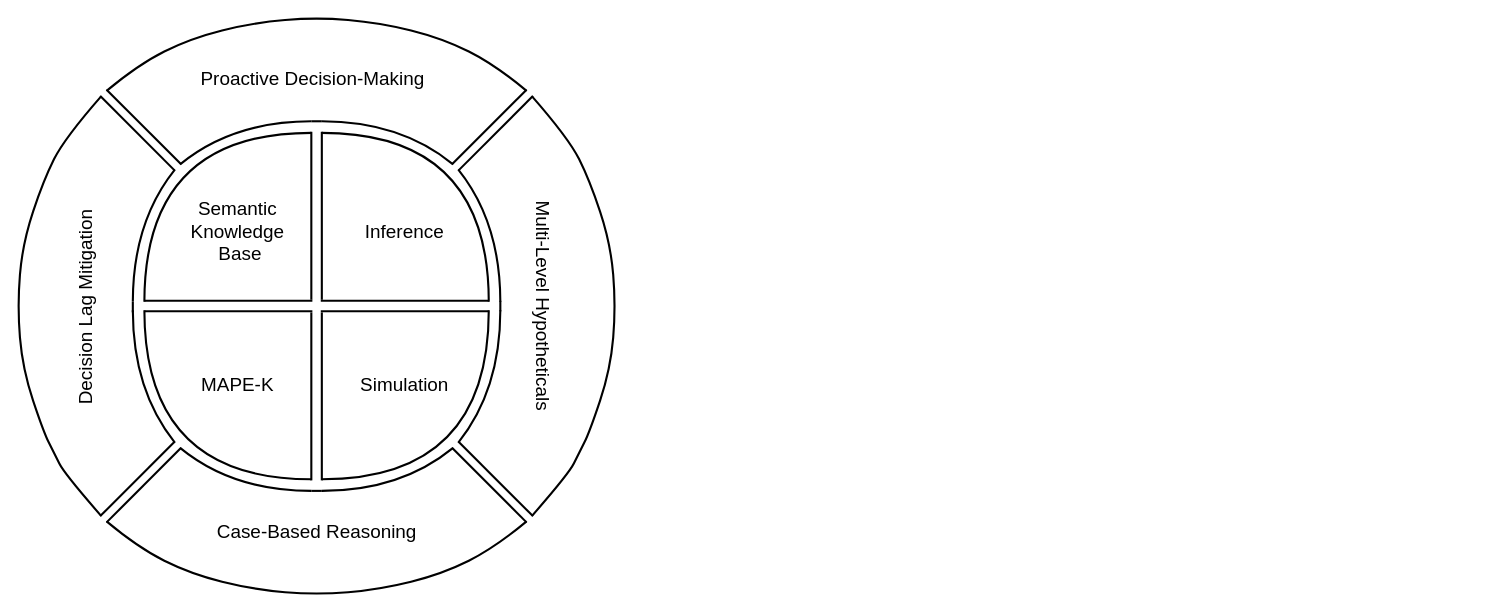
ivanspajic/ruleless-digital-twins keeps this draw.io diagram as Diagrams/contributions.drawio. Above is the earlier version. Source tidied: cells renumbered, new cells numbered last; positions are measured from the earlier drawing's top-left corner, leaving out a move shared by most shapes. Both pictures are drawn from the tidied source at 105%, with x=0, y=0 at pixel (-45, 17).
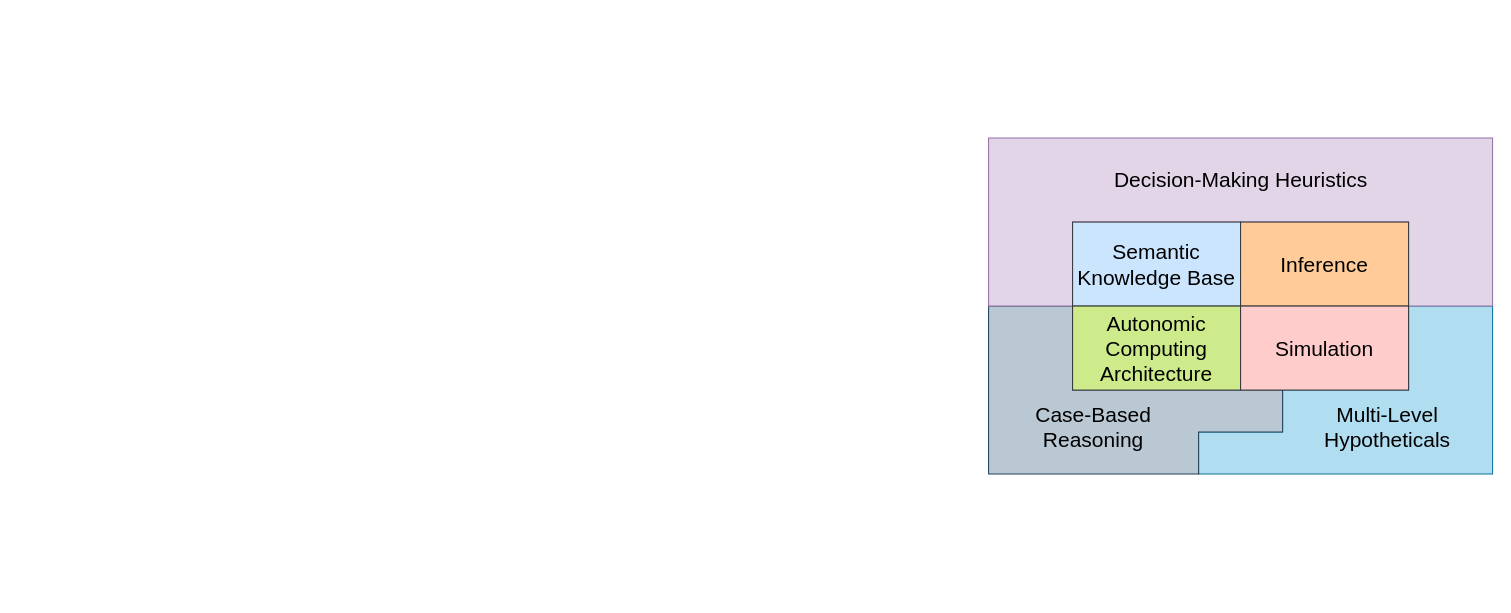
The same diagram, later.

Diff of the diagram source:
```diff
@@
-    <mxCell id="2" style="line;strokeWidth=2;html=1;labelBackgroundColor=none;" parent="1" vertex="1">
-      <mxGeometry x="348" y="265" width="160" height="10" as="geometry" />
-    </mxCell>
-    <mxCell id="3" style="line;strokeWidth=2;direction=south;html=1;labelBackgroundColor=none;" parent="1" vertex="1">
-      <mxGeometry x="344" y="109" width="10" height="160" as="geometry" />
-    </mxCell>
-    <mxCell id="4" style="endArrow=none;html=1;rounded=0;exitX=0;exitY=0.5;exitDx=0;exitDy=0;exitPerimeter=0;entryX=1;entryY=0.5;entryDx=0;entryDy=0;entryPerimeter=0;orthogonalLoop=0;curved=1;strokeWidth=2;labelBackgroundColor=none;fontColor=default;" parent="1" edge="1">
-      <mxGeometry relative="1" as="geometry">
-        <mxPoint x="349" y="110" as="sourcePoint" />
-        <mxPoint x="508" y="271" as="targetPoint" />
-        <Array as="points">
-          <mxPoint x="508" y="110" />
-        </Array>
-      </mxGeometry>
-    </mxCell>
-    <mxCell id="5" style="line;strokeWidth=2;direction=south;html=1;labelBackgroundColor=none;" parent="1" vertex="1">
-      <mxGeometry x="334" y="109" width="10" height="160" as="geometry" />
-    </mxCell>
-    <mxCell id="6" style="line;strokeWidth=2;html=1;labelBackgroundColor=none;" parent="1" vertex="1">
-      <mxGeometry x="180" y="265" width="160" height="10" as="geometry" />
-    </mxCell>
-    <mxCell id="7" style="endArrow=none;html=1;rounded=0;entryX=0;entryY=0.5;entryDx=0;entryDy=0;entryPerimeter=0;exitX=0;exitY=0.5;exitDx=0;exitDy=0;exitPerimeter=0;curved=1;strokeWidth=2;labelBackgroundColor=none;fontColor=default;" parent="1" edge="1">
-      <mxGeometry relative="1" as="geometry">
-        <mxPoint x="180" y="271" as="sourcePoint" />
-        <mxPoint x="339" y="110" as="targetPoint" />
-        <Array as="points">
-          <mxPoint x="180" y="110" />
-        </Array>
-      </mxGeometry>
-    </mxCell>
-    <mxCell id="8" style="line;strokeWidth=2;html=1;labelBackgroundColor=none;" parent="1" vertex="1">
-      <mxGeometry x="180" y="275" width="160" height="10" as="geometry" />
-    </mxCell>
-    <mxCell id="9" style="line;strokeWidth=2;html=1;labelBackgroundColor=none;" parent="1" vertex="1">
-      <mxGeometry x="348" y="275" width="160" height="10" as="geometry" />
-    </mxCell>
-    <mxCell id="10" style="line;strokeWidth=2;direction=south;html=1;labelBackgroundColor=none;" parent="1" vertex="1">
-      <mxGeometry x="334" y="281" width="10" height="160" as="geometry" />
-    </mxCell>
-    <mxCell id="11" style="line;strokeWidth=2;direction=south;html=1;labelBackgroundColor=none;" parent="1" vertex="1">
-      <mxGeometry x="344" y="281" width="10" height="160" as="geometry" />
-    </mxCell>
-    <mxCell id="12" style="endArrow=none;html=1;rounded=0;entryX=1;entryY=0.5;entryDx=0;entryDy=0;entryPerimeter=0;exitX=0;exitY=0.5;exitDx=0;exitDy=0;exitPerimeter=0;strokeWidth=2;curved=1;labelBackgroundColor=none;fontColor=default;" parent="1" edge="1">
-      <mxGeometry relative="1" as="geometry">
-        <mxPoint x="180" y="279" as="sourcePoint" />
-        <mxPoint x="339" y="440" as="targetPoint" />
-        <Array as="points">
-          <mxPoint x="180" y="440" />
-        </Array>
-      </mxGeometry>
-    </mxCell>
-    <mxCell id="13" style="endArrow=none;html=1;rounded=0;entryX=1;entryY=0.5;entryDx=0;entryDy=0;entryPerimeter=0;exitX=1;exitY=0.5;exitDx=0;exitDy=0;exitPerimeter=0;curved=1;strokeWidth=2;labelBackgroundColor=none;fontColor=default;" parent="1" edge="1">
-      <mxGeometry relative="1" as="geometry">
-        <mxPoint x="349" y="440" as="sourcePoint" />
-        <mxPoint x="508" y="279" as="targetPoint" />
-        <Array as="points">
-          <mxPoint x="508" y="440" />
-        </Array>
-      </mxGeometry>
-    </mxCell>
-    <mxCell id="14" style="endArrow=none;html=1;rounded=0;strokeWidth=2;labelBackgroundColor=none;fontColor=default;" parent="1" edge="1">
-      <mxGeometry relative="1" as="geometry">
-        <mxPoint x="215" y="140" as="sourcePoint" />
-        <mxPoint x="144" y="69" as="targetPoint" />
-      </mxGeometry>
-    </mxCell>
-    <mxCell id="15" style="endArrow=none;html=1;rounded=0;strokeWidth=2;labelBackgroundColor=none;fontColor=default;" parent="1" edge="1">
-      <mxGeometry relative="1" as="geometry">
-        <mxPoint x="138" y="75" as="sourcePoint" />
-        <mxPoint x="209" y="146" as="targetPoint" />
-      </mxGeometry>
-    </mxCell>
-    <mxCell id="16" style="endArrow=none;html=1;rounded=0;strokeWidth=2;labelBackgroundColor=none;fontColor=default;" parent="1" edge="1">
-      <mxGeometry relative="1" as="geometry">
-        <mxPoint x="550" y="475" as="sourcePoint" />
-        <mxPoint x="479" y="404" as="targetPoint" />
-      </mxGeometry>
-    </mxCell>
-    <mxCell id="17" style="endArrow=none;html=1;rounded=0;strokeWidth=2;labelBackgroundColor=none;fontColor=default;" parent="1" edge="1">
-      <mxGeometry relative="1" as="geometry">
-        <mxPoint x="473" y="410" as="sourcePoint" />
-        <mxPoint x="544" y="481" as="targetPoint" />
-      </mxGeometry>
-    </mxCell>
-    <mxCell id="18" style="endArrow=none;html=1;rounded=0;strokeWidth=2;labelBackgroundColor=none;fontColor=default;" parent="1" edge="1">
-      <mxGeometry relative="1" as="geometry">
-        <mxPoint x="479" y="146" as="sourcePoint" />
-        <mxPoint x="550" y="75" as="targetPoint" />
-      </mxGeometry>
-    </mxCell>
-    <mxCell id="19" style="endArrow=none;html=1;rounded=0;strokeWidth=2;labelBackgroundColor=none;fontColor=default;" parent="1" edge="1">
-      <mxGeometry relative="1" as="geometry">
-        <mxPoint x="544" y="69" as="sourcePoint" />
-        <mxPoint x="473" y="140" as="targetPoint" />
-      </mxGeometry>
-    </mxCell>
-    <mxCell id="20" style="endArrow=none;html=1;rounded=0;strokeWidth=2;labelBackgroundColor=none;fontColor=default;" parent="1" edge="1">
-      <mxGeometry relative="1" as="geometry">
-        <mxPoint x="144" y="481" as="sourcePoint" />
-        <mxPoint x="215" y="410" as="targetPoint" />
-      </mxGeometry>
-    </mxCell>
-    <mxCell id="21" style="endArrow=none;html=1;rounded=0;strokeWidth=2;labelBackgroundColor=none;fontColor=default;" parent="1" edge="1">
-      <mxGeometry relative="1" as="geometry">
-        <mxPoint x="209" y="404" as="sourcePoint" />
-        <mxPoint x="138" y="475" as="targetPoint" />
-      </mxGeometry>
-    </mxCell>
-    <mxCell id="22" style="endArrow=none;html=1;rounded=0;strokeWidth=2;curved=1;labelBackgroundColor=none;fontColor=default;" parent="1" edge="1">
-      <mxGeometry relative="1" as="geometry">
-        <mxPoint x="169" y="271" as="sourcePoint" />
-        <mxPoint x="209" y="145" as="targetPoint" />
-        <Array as="points">
-          <mxPoint x="169" y="195" />
-        </Array>
-      </mxGeometry>
-    </mxCell>
-    <mxCell id="23" style="endArrow=none;html=1;rounded=0;strokeWidth=2;labelBackgroundColor=none;fontColor=default;" parent="1" edge="1">
-      <mxGeometry relative="1" as="geometry">
-        <mxPoint x="169" y="281" as="sourcePoint" />
-        <mxPoint x="169" y="271" as="targetPoint" />
-      </mxGeometry>
-    </mxCell>
-    <mxCell id="24" style="endArrow=none;html=1;rounded=0;strokeWidth=2;curved=1;labelBackgroundColor=none;fontColor=default;" parent="1" edge="1">
-      <mxGeometry relative="1" as="geometry">
-        <mxPoint x="519" y="271" as="sourcePoint" />
-        <mxPoint x="479" y="145" as="targetPoint" />
-        <Array as="points">
-          <mxPoint x="519" y="195" />
-        </Array>
-      </mxGeometry>
-    </mxCell>
-    <mxCell id="25" style="endArrow=none;html=1;rounded=0;strokeWidth=2;curved=1;labelBackgroundColor=none;fontColor=default;" parent="1" edge="1">
-      <mxGeometry relative="1" as="geometry">
-        <mxPoint x="519" y="279" as="sourcePoint" />
-        <mxPoint x="479" y="405" as="targetPoint" />
-        <Array as="points">
-          <mxPoint x="519" y="355" />
-        </Array>
-      </mxGeometry>
-    </mxCell>
-    <mxCell id="26" style="endArrow=none;html=1;rounded=0;strokeWidth=2;curved=1;labelBackgroundColor=none;fontColor=default;" parent="1" edge="1">
-      <mxGeometry relative="1" as="geometry">
-        <mxPoint x="169" y="279" as="sourcePoint" />
-        <mxPoint x="209" y="405" as="targetPoint" />
-        <Array as="points">
-          <mxPoint x="169" y="355" />
-        </Array>
-      </mxGeometry>
-    </mxCell>
-    <mxCell id="27" style="endArrow=none;html=1;rounded=0;strokeWidth=2;labelBackgroundColor=none;fontColor=default;" parent="1" edge="1">
-      <mxGeometry relative="1" as="geometry">
-        <mxPoint x="519" y="280" as="sourcePoint" />
-        <mxPoint x="519" y="270" as="targetPoint" />
-        <Array as="points">
-          <mxPoint x="519" y="280" />
-        </Array>
-      </mxGeometry>
-    </mxCell>
-    <mxCell id="28" style="endArrow=none;html=1;rounded=0;strokeWidth=2;curved=1;labelBackgroundColor=none;fontColor=default;" parent="1" edge="1">
-      <mxGeometry relative="1" as="geometry">
-        <mxPoint x="349" y="451" as="sourcePoint" />
-        <mxPoint x="474" y="410" as="targetPoint" />
-        <Array as="points">
-          <mxPoint x="424" y="451" />
-        </Array>
-      </mxGeometry>
-    </mxCell>
-    <mxCell id="29" style="endArrow=none;html=1;rounded=0;strokeWidth=2;curved=1;labelBackgroundColor=none;fontColor=default;" parent="1" edge="1">
-      <mxGeometry relative="1" as="geometry">
-        <mxPoint x="339" y="451" as="sourcePoint" />
-        <mxPoint x="214" y="410" as="targetPoint" />
-        <Array as="points">
-          <mxPoint x="264" y="451" />
-        </Array>
-      </mxGeometry>
-    </mxCell>
-    <mxCell id="30" style="endArrow=none;html=1;rounded=0;strokeWidth=2;labelBackgroundColor=none;fontColor=default;" parent="1" edge="1">
-      <mxGeometry relative="1" as="geometry">
-        <mxPoint x="339" y="451" as="sourcePoint" />
-        <mxPoint x="349" y="451" as="targetPoint" />
-      </mxGeometry>
-    </mxCell>
-    <mxCell id="31" style="endArrow=none;html=1;rounded=0;strokeWidth=2;curved=1;labelBackgroundColor=none;fontColor=default;" parent="1" edge="1">
-      <mxGeometry relative="1" as="geometry">
-        <mxPoint x="339" y="99" as="sourcePoint" />
-        <mxPoint x="214" y="140" as="targetPoint" />
-        <Array as="points">
-          <mxPoint x="264" y="99" />
-        </Array>
-      </mxGeometry>
-    </mxCell>
-    <mxCell id="32" style="endArrow=none;html=1;rounded=0;strokeWidth=2;curved=1;labelBackgroundColor=none;fontColor=default;" parent="1" edge="1">
-      <mxGeometry relative="1" as="geometry">
-        <mxPoint x="349" y="99" as="sourcePoint" />
-        <mxPoint x="474" y="140" as="targetPoint" />
-        <Array as="points">
-          <mxPoint x="424" y="99" />
-        </Array>
-      </mxGeometry>
-    </mxCell>
-    <mxCell id="33" style="endArrow=none;html=1;rounded=0;strokeWidth=2;labelBackgroundColor=none;fontColor=default;" parent="1" edge="1">
-      <mxGeometry relative="1" as="geometry">
-        <mxPoint x="339" y="99" as="sourcePoint" />
-        <mxPoint x="349" y="99" as="targetPoint" />
-      </mxGeometry>
-    </mxCell>
-    <mxCell id="34" style="endArrow=none;html=1;rounded=0;strokeWidth=2;curved=1;labelBackgroundColor=none;fontColor=default;" parent="1" edge="1">
-      <mxGeometry relative="1" as="geometry">
-        <mxPoint x="549" y="475" as="sourcePoint" />
-        <mxPoint x="549" y="75" as="targetPoint" />
-        <Array as="points">
-          <mxPoint x="584" y="435" />
-          <mxPoint x="594" y="415" />
-          <mxPoint x="604" y="395" />
-          <mxPoint x="624" y="335" />
-          <mxPoint x="629" y="275" />
-          <mxPoint x="624" y="215" />
-          <mxPoint x="604" y="155" />
-          <mxPoint x="584" y="115" />
-        </Array>
-      </mxGeometry>
-    </mxCell>
-    <mxCell id="35" style="endArrow=none;html=1;rounded=0;strokeWidth=2;curved=1;labelBackgroundColor=none;fontColor=default;" parent="1" edge="1">
-      <mxGeometry relative="1" as="geometry">
-        <mxPoint x="139" y="475" as="sourcePoint" />
-        <mxPoint x="139" y="75" as="targetPoint" />
-        <Array as="points">
-          <mxPoint x="104" y="435" />
-          <mxPoint x="94" y="415" />
-          <mxPoint x="84" y="395" />
-          <mxPoint x="64" y="335" />
-          <mxPoint x="59" y="275" />
-          <mxPoint x="64" y="215" />
-          <mxPoint x="84" y="155" />
-          <mxPoint x="104" y="115" />
-        </Array>
-      </mxGeometry>
-    </mxCell>
-    <mxCell id="36" style="endArrow=none;html=1;rounded=0;strokeWidth=2;curved=1;labelBackgroundColor=none;fontColor=default;" parent="1" edge="1">
-      <mxGeometry relative="1" as="geometry">
-        <mxPoint x="144" y="70" as="sourcePoint" />
-        <mxPoint x="544" y="70" as="targetPoint" />
-        <Array as="points">
-          <mxPoint x="174" y="45" />
-          <mxPoint x="224" y="20" />
-          <mxPoint x="284" y="5" />
-          <mxPoint x="344" />
-          <mxPoint x="404" y="5" />
-          <mxPoint x="464" y="20" />
-          <mxPoint x="514" y="45" />
-        </Array>
-      </mxGeometry>
-    </mxCell>
-    <mxCell id="37" style="endArrow=none;html=1;rounded=0;strokeWidth=2;curved=1;labelBackgroundColor=none;fontColor=default;" parent="1" edge="1">
-      <mxGeometry relative="1" as="geometry">
-        <mxPoint x="144" y="480" as="sourcePoint" />
-        <mxPoint x="544" y="480" as="targetPoint" />
-        <Array as="points">
-          <mxPoint x="174" y="505" />
-          <mxPoint x="224" y="530" />
-          <mxPoint x="284" y="545" />
-          <mxPoint x="344" y="550" />
-          <mxPoint x="404" y="545" />
-          <mxPoint x="464" y="530" />
-          <mxPoint x="514" y="505" />
-        </Array>
-      </mxGeometry>
-    </mxCell>
+    <mxCell id="46" style="shape=mxgraph.basic.polygon;polyCoords=[[1,0],[0.85714,0],[0.71429,0],[0.71429,0.5],[0.28571,0.5],[0.28571,0.75],[0,0.75],[0,1],[0.14286,1],[0.28571,1],[0.42857,1],[0.57143,1],[0.71429,1],[0.85714,1],[1,1],[1,0.75],[1,0.5],[1,0.25]];polyCurves=[[],[],[],[],[],[],[],[],[],[],[],[],[],[],[],[],[]];polyline=0;whiteSpace=wrap;html=1;fillColor=#b1ddf0;strokeColor=#10739e;" parent="1" vertex="1">
+      <mxGeometry x="1184" y="275" width="280" height="160" as="geometry" />
+    </mxCell>
+    <mxCell id="47" style="shape=mxgraph.basic.polygon;polyCoords=[[0,0],[0.28571,0],[0.28571,0.5],[0.57143,0.5],[0.85714,0.5],[1,0.5],[1,0.75],[0.85714,0.75],[0.71429,0.75],[0.71429,1],[0.57143,1],[0.42857,1],[0.28571,1],[0.14286,1],[0,1],[0,0.75],[0,0.5],[0,0.25]];polyCurves=[[],[],[],[],[],[],[],[],[],[],[],[],[],[],[],[],[],[]];polyline=0;whiteSpace=wrap;html=1;fillColor=#bac8d3;strokeColor=#23445d;" parent="1" vertex="1">
+      <mxGeometry x="984" y="275" width="280" height="160" as="geometry" />
+    </mxCell>
+    <mxCell id="48" style="shape=mxgraph.basic.polygon;polyCoords=[[0,0],[0,1],[0.16667,1],[0.16667,0.5],[0.83333,0.5],[0.83333,1],[1,1],[1,0]];polyCurves=[[],[],[],[],[],[],[],[]];polyline=0;whiteSpace=wrap;html=1;fillColor=#e1d5e7;strokeColor=#9673a6;" parent="1" vertex="1">
+      <mxGeometry x="984" y="115" width="480" height="160" as="geometry" />
+    </mxCell>
-    <mxCell id="38" value="&lt;font style=&quot;font-size: 18px;&quot;&gt;Semantic&lt;/font&gt;&lt;div&gt;&lt;font style=&quot;font-size: 18px;&quot;&gt;Knowledge&lt;/font&gt;&lt;div&gt;&lt;font style=&quot;font-size: 18px;&quot;&gt;&amp;nbsp;Base&lt;/font&gt;&lt;/div&gt;&lt;/div&gt;" style="text;html=1;whiteSpace=wrap;align=center;verticalAlign=middle;rounded=0;labelBackgroundColor=none;" parent="1" vertex="1">
-      <mxGeometry x="214" y="165" width="110" height="80" as="geometry" />
+    <mxCell id="38" value="&lt;font style=&quot;font-size: 20px;&quot;&gt;Semantic Knowledge Base&lt;/font&gt;" style="rounded=0;whiteSpace=wrap;html=1;fillColor=#cce5ff;strokeColor=#36393d;" parent="1" vertex="1">
+      <mxGeometry x="1064" y="195" width="160" height="80" as="geometry" />
     </mxCell>
-    <mxCell id="39" value="&lt;font style=&quot;font-size: 18px;&quot;&gt;Inference&lt;/font&gt;" style="text;html=1;whiteSpace=wrap;align=center;verticalAlign=middle;rounded=0;labelBackgroundColor=none;" parent="1" vertex="1">
-      <mxGeometry x="383" y="190" width="90" height="30" as="geometry" />
+    <mxCell id="39" value="&lt;font style=&quot;font-size: 20px;&quot;&gt;Inference&lt;/font&gt;" style="rounded=0;whiteSpace=wrap;html=1;fillColor=#ffcc99;strokeColor=#36393d;" parent="1" vertex="1">
+      <mxGeometry x="1224" y="195" width="160" height="80" as="geometry" />
     </mxCell>
+    <mxCell id="49" value="&lt;font style=&quot;font-size: 20px;&quot;&gt;Autonomic Computing Architecture&lt;/font&gt;" style="rounded=0;whiteSpace=wrap;html=1;fillColor=#cdeb8b;strokeColor=#36393d;" parent="1" vertex="1">
+      <mxGeometry x="1064" y="275" width="160" height="80" as="geometry" />
+    </mxCell>
-    <mxCell id="40" value="&lt;font style=&quot;font-size: 18px;&quot;&gt;Simulation&lt;/font&gt;" style="text;html=1;whiteSpace=wrap;align=center;verticalAlign=middle;rounded=0;labelBackgroundColor=none;" parent="1" vertex="1">
-      <mxGeometry x="378" y="335" width="100" height="30" as="geometry" />
+    <mxCell id="40" value="&lt;font style=&quot;font-size: 20px;&quot;&gt;Simulation&lt;/font&gt;" style="rounded=0;whiteSpace=wrap;html=1;fillColor=#ffcccc;strokeColor=#36393d;" parent="1" vertex="1">
+      <mxGeometry x="1224" y="275" width="160" height="80" as="geometry" />
     </mxCell>
-    <mxCell id="41" value="&lt;font style=&quot;font-size: 18px;&quot;&gt;MAPE-K&lt;/font&gt;" style="text;html=1;whiteSpace=wrap;align=center;verticalAlign=middle;rounded=0;labelBackgroundColor=none;" parent="1" vertex="1">
-      <mxGeometry x="232" y="335" width="74" height="30" as="geometry" />
-    </mxCell>
-    <mxCell id="42" value="&lt;font style=&quot;font-size: 18px;&quot;&gt;Proactive Decision-Making&lt;/font&gt;" style="text;html=1;whiteSpace=wrap;align=center;verticalAlign=middle;rounded=0;labelBackgroundColor=none;" parent="1" vertex="1">
-      <mxGeometry x="227" y="44" width="227" height="30" as="geometry" />
-    </mxCell>
+    <mxCell id="50" value="&lt;font style=&quot;font-size: 20px;&quot;&gt;Decision-Making Heuristics&lt;/font&gt;" style="text;html=1;whiteSpace=wrap;strokeColor=none;fillColor=none;align=center;verticalAlign=middle;rounded=0;" parent="1" vertex="1">
+      <mxGeometry x="1065" y="139" width="319" height="30" as="geometry" />
+    </mxCell>
+    <mxCell id="44" value="&lt;font style=&quot;font-size: 20px;&quot;&gt;Case-Based Reasoning&lt;/font&gt;" style="text;html=1;whiteSpace=wrap;strokeColor=none;fillColor=none;align=center;verticalAlign=middle;rounded=0;" parent="1" vertex="1">
+      <mxGeometry x="1004" y="375" width="160" height="30" as="geometry" />
+    </mxCell>
-    <mxCell id="43" value="&lt;font style=&quot;font-size: 18px;&quot;&gt;Multi-Level Hypotheticals&lt;/font&gt;" style="text;html=1;whiteSpace=wrap;align=center;verticalAlign=middle;rounded=0;rotation=90;labelBackgroundColor=none;" parent="1" vertex="1">
-      <mxGeometry x="447" y="260" width="225" height="30" as="geometry" />
+    <mxCell id="43" value="&lt;font style=&quot;font-size: 20px;&quot;&gt;Multi-Level Hypotheticals&lt;/font&gt;" style="text;html=1;whiteSpace=wrap;strokeColor=none;fillColor=none;align=center;verticalAlign=middle;rounded=0;" parent="1" vertex="1">
+      <mxGeometry x="1284" y="375" width="160" height="30" as="geometry" />
     </mxCell>
-    <mxCell id="44" value="&lt;font style=&quot;font-size: 18px;&quot;&gt;Case-Based Reasoning&lt;/font&gt;" style="text;html=1;whiteSpace=wrap;align=center;verticalAlign=middle;rounded=0;labelBackgroundColor=none;" parent="1" vertex="1">
-      <mxGeometry x="224.5" y="475" width="239" height="30" as="geometry" />
-    </mxCell>
-    <mxCell id="45" value="&lt;font style=&quot;font-size: 18px;&quot;&gt;Decision Lag Mitigation&lt;/font&gt;" style="text;html=1;whiteSpace=wrap;align=center;verticalAlign=middle;rounded=0;rotation=-90;labelBackgroundColor=none;" parent="1" vertex="1">
-      <mxGeometry y="261" width="250" height="30" as="geometry" />
-    </mxCell>
```
